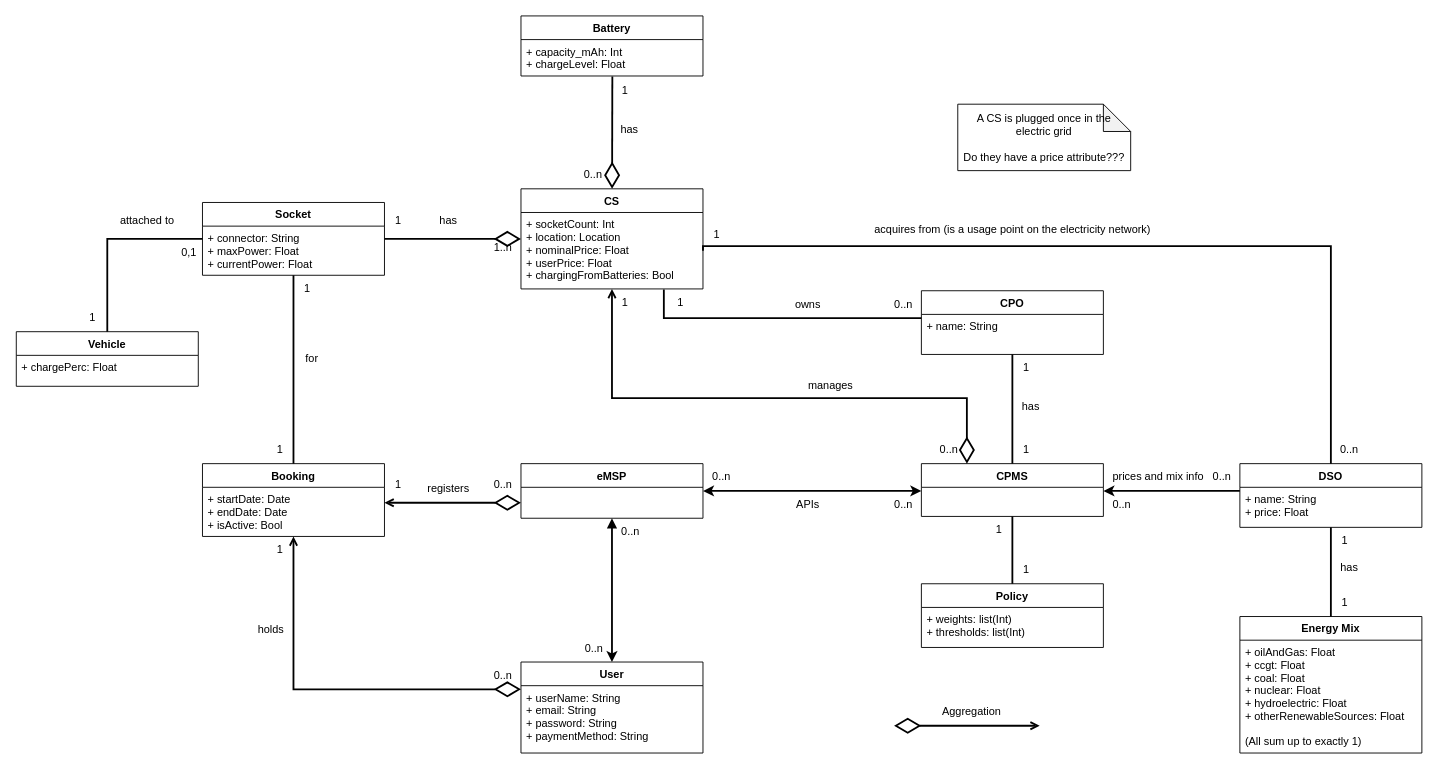
EMJzero/SoftwareEngineeringII-project keeps this draw.io diagram as RASD/UML.drawio. Above is the earlier version. Source tidied: cells renumbered, new cells numbered last; positions are measured from the earlier drawing's top-left corner, leaving out a move shared by most shapes. Both pictures are drawn from the tidied source at 91%, with x=0, y=0 at pixel (15, 15).
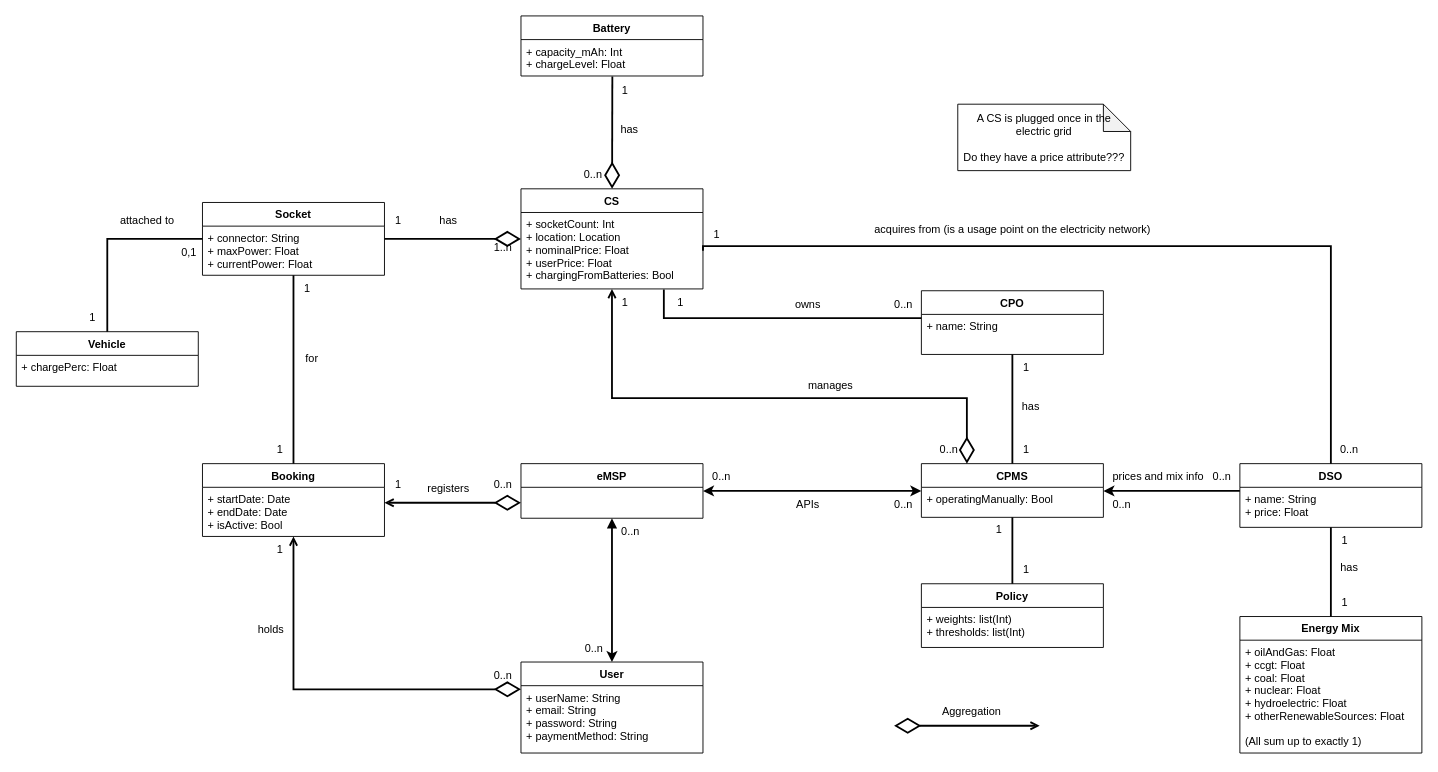
The same page after the edit.

The edit, as a diff of the source:
```diff
@@
-    <mxCell id="33" value="CPMS" style="swimlane;fontStyle=1;horizontal=1;startSize=26;fillColor=none;" parent="1" vertex="1">
-      <mxGeometry x="995" y="492" width="200" height="58" as="geometry" />
+    <mxCell id="33" value="CPMS" style="swimlane;fontStyle=1;horizontal=1;startSize=26;fillColor=none;align=center;" parent="1" vertex="1">
+      <mxGeometry x="995" y="492" width="200" height="59" as="geometry" />
     </mxCell>
+    <mxCell id="85" value="+ operatingManually: Bool" style="text;strokeColor=none;fillColor=none;align=left;verticalAlign=top;spacingLeft=4;spacingRight=4;overflow=hidden;" parent="33" vertex="1">
+      <mxGeometry y="26" width="200" height="33" as="geometry" />
+    </mxCell>
```
